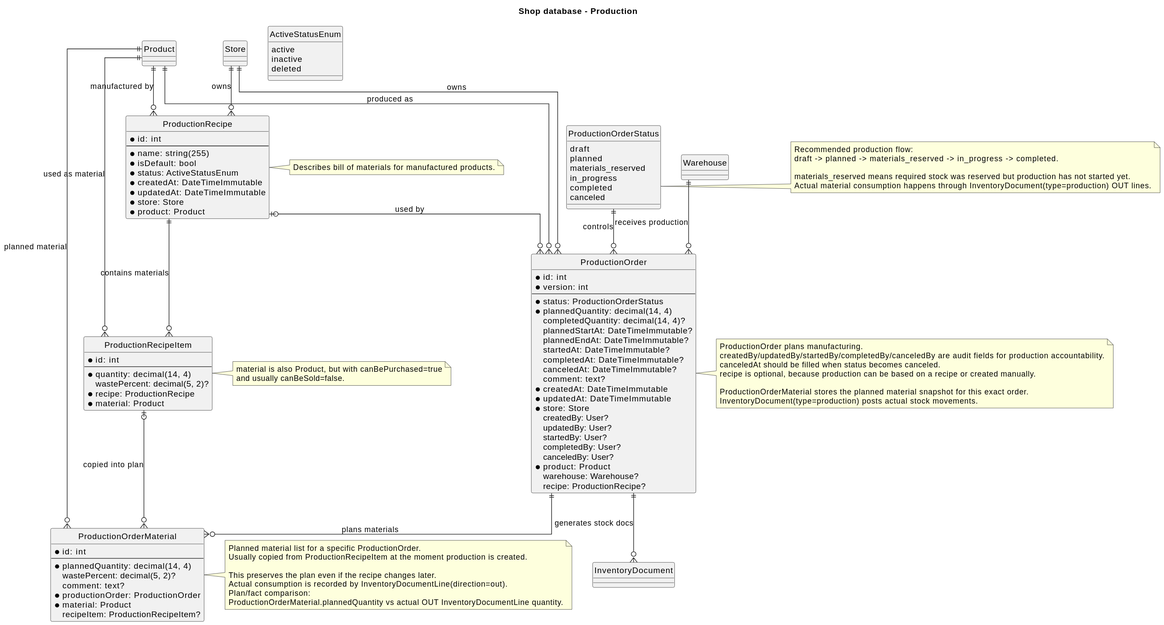
The PlantUML diagram src/Uml/database/08_Production.svg in Tolik1794/shop, before a commit.
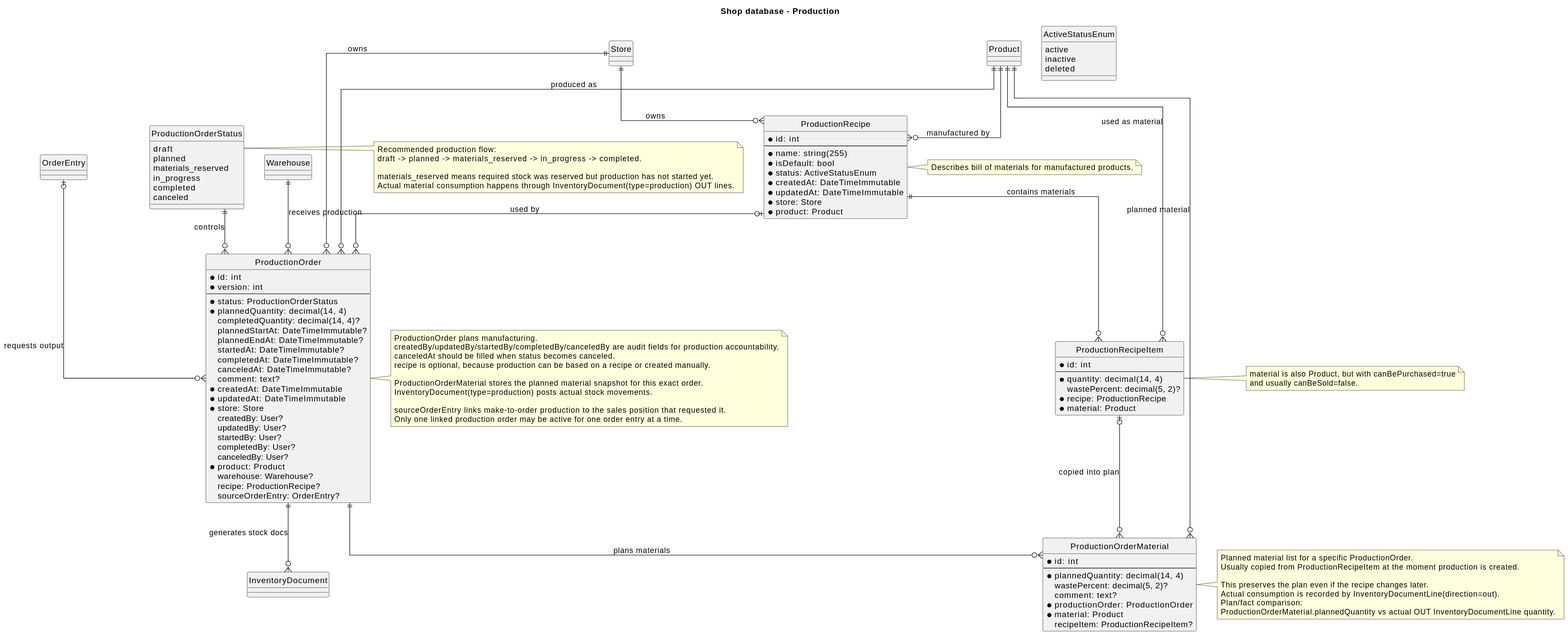
The same file after the commit.

Change to the diagram source:
```diff
@@ -63,6 +63,7 @@
     * product: Product
     warehouse: Warehouse?
     recipe: ProductionRecipe?
+    sourceOrderEntry: OrderEntry?
 }
 
 entity ProductionOrderMaterial {
@@ -89,6 +90,7 @@
 ProductionRecipe |o--o{ ProductionOrder : used by
 ProductionOrder ||--o{ ProductionOrderMaterial : plans materials
 ProductionOrder ||--o{ InventoryDocument : generates stock docs
+OrderEntry |o--o{ ProductionOrder : requests output
 ProductionOrderStatus ||--o{ ProductionOrder : controls
 
 note right of ProductionOrderStatus
@@ -126,5 +128,8 @@
 
   ProductionOrderMaterial stores the planned material snapshot for this exact order.
   InventoryDocument(type=production) posts actual stock movements.
+
+  sourceOrderEntry links make-to-order production to the sales position that requested it.
+  Only one linked production order may be active for one order entry at a time.
 end note
 @enduml
```
